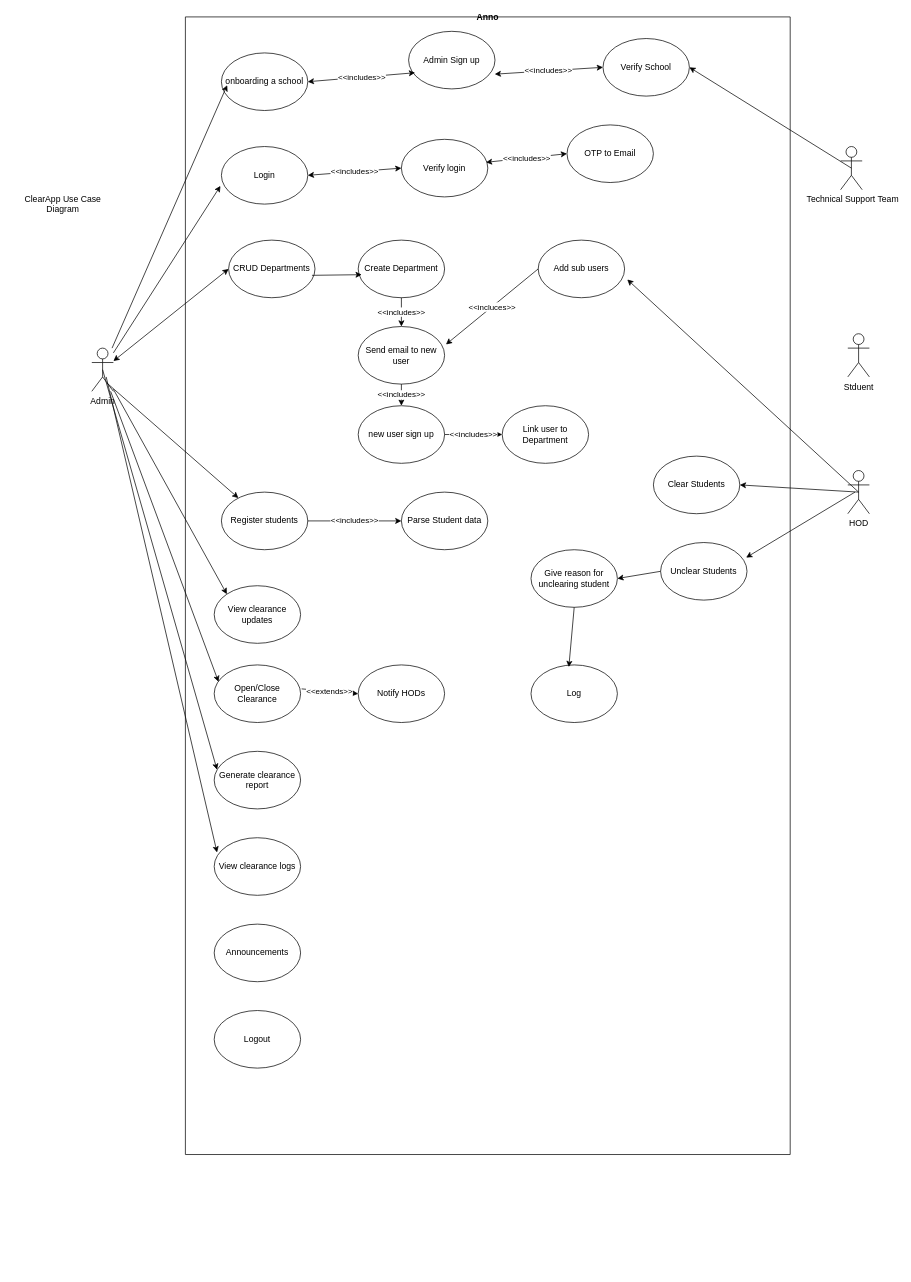
Reneboa-ITS/diagrams keeps this draw.io diagram as clearappuml.drawio. Above is the earlier version. Source tidied: cells renumbered, new cells numbered last; positions are measured from the earlier drawing's top-left corner, leaving out a move shared by most shapes. Both pictures are drawn from the tidied source at 72%, with x=0, y=0 at pixel (12, 17).
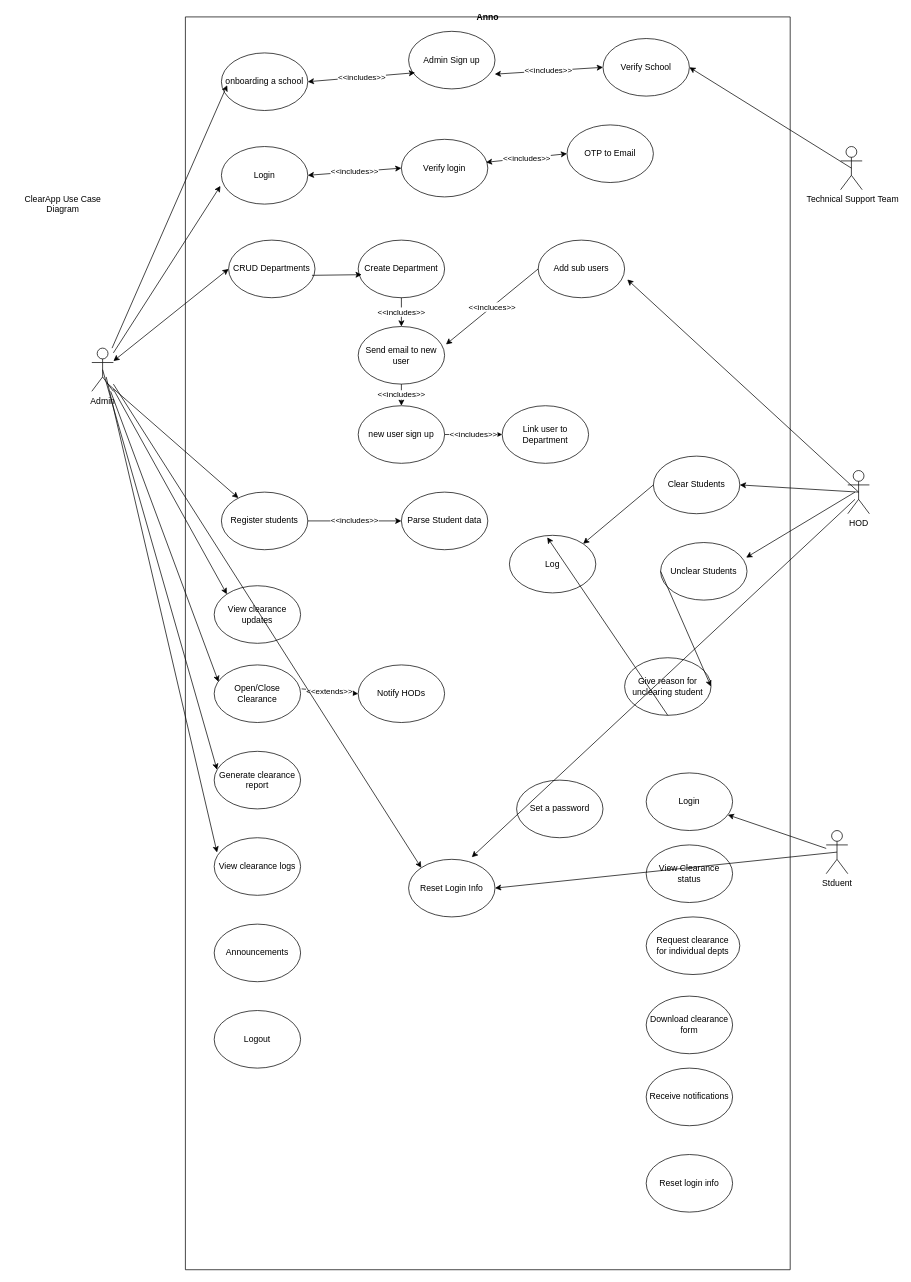
After the change.

The change refers to these unchanged cells:
```xml
<mxCell id="36" value="Clear Students" style="ellipse;whiteSpace=wrap;html=1;" parent="3" vertex="1">
  <mxGeometry x="650" y="610" width="120" height="80" as="geometry" />
</mxCell>
```

What changed in the source:
```diff
@@
     <mxCell id="3" value="Anno" style="swimlane;startSize=0;" parent="1" vertex="1">
-      <mxGeometry x="240" width="840" height="1580" as="geometry" />
+      <mxGeometry x="240" width="840" height="1740" as="geometry" />
     </mxCell>
@@
     <mxCell id="38" value="Give reason for unclearing student" style="ellipse;whiteSpace=wrap;html=1;" parent="3" vertex="1">
-      <mxGeometry x="480" y="740" width="120" height="80" as="geometry" />
+      <mxGeometry x="610" y="890" width="120" height="80" as="geometry" />
     </mxCell>
     <mxCell id="39" value="Log" style="ellipse;whiteSpace=wrap;html=1;" parent="3" vertex="1">
-      <mxGeometry x="480" y="900" width="120" height="80" as="geometry" />
+      <mxGeometry x="450" y="720" width="120" height="80" as="geometry" />
     </mxCell>
@@
+    <mxCell id="58" style="endArrow=classic;html=1;rounded=0;exitX=0;exitY=0.5;exitDx=0;exitDy=0;entryX=1;entryY=0;entryDx=0;entryDy=0;" parent="3" edge="1" source="36" target="39">
+      <mxGeometry relative="1" as="geometry" />
+    </mxCell>
+    <mxCell id="59" value="Login" style="ellipse;whiteSpace=wrap;html=1;" parent="3" vertex="1">
+      <mxGeometry x="640" y="1050" width="120" height="80" as="geometry" />
+    </mxCell>
+    <mxCell id="60" value="Set a password" style="ellipse;whiteSpace=wrap;html=1;" parent="3" vertex="1">
+      <mxGeometry x="460" y="1060" width="120" height="80" as="geometry" />
+    </mxCell>
+    <mxCell id="61" value="View Clearance status" style="ellipse;whiteSpace=wrap;html=1;" parent="3" vertex="1">
+      <mxGeometry x="640" y="1150" width="120" height="80" as="geometry" />
+    </mxCell>
+    <mxCell id="62" value="Request clearance&lt;div&gt;for individual depts&lt;/div&gt;" style="ellipse;whiteSpace=wrap;html=1;" parent="3" vertex="1">
+      <mxGeometry x="640" y="1250" width="130" height="80" as="geometry" />
+    </mxCell>
+    <mxCell id="63" value="Download clearance form" style="ellipse;whiteSpace=wrap;html=1;" parent="3" vertex="1">
+      <mxGeometry x="640" y="1360" width="120" height="80" as="geometry" />
+    </mxCell>
+    <mxCell id="64" value="Receive notifications" style="ellipse;whiteSpace=wrap;html=1;" parent="3" vertex="1">
+      <mxGeometry x="640" y="1460" width="120" height="80" as="geometry" />
+    </mxCell>
+    <mxCell id="65" value="Reset login info" style="ellipse;whiteSpace=wrap;html=1;" parent="3" vertex="1">
+      <mxGeometry x="640" y="1580" width="120" height="80" as="geometry" />
+    </mxCell>
+    <mxCell id="66" value="Reset Login Info" style="ellipse;whiteSpace=wrap;html=1;" parent="3" vertex="1">
+      <mxGeometry x="310" y="1170" width="120" height="80" as="geometry" />
+    </mxCell>
@@
     <mxCell id="43" value="Stduent" style="shape=umlActor;verticalLabelPosition=bottom;verticalAlign=top;html=1;outlineConnect=0;" parent="1" vertex="1">
-      <mxGeometry x="1160" y="440" width="30" height="60" as="geometry" />
+      <mxGeometry x="1130" y="1130" width="30" height="60" as="geometry" />
     </mxCell>
@@
+    <mxCell id="67" style="endArrow=classic;html=1;rounded=0;" parent="1" edge="1" source="43" target="59">
+      <mxGeometry relative="1" as="geometry" />
+    </mxCell>
+    <mxCell id="68" style="endArrow=classic;html=1;rounded=0;entryX=0;entryY=0;entryDx=0;entryDy=0;" parent="1" edge="1" target="66">
+      <mxGeometry relative="1" as="geometry">
+        <mxPoint x="140" y="510" as="sourcePoint" />
+      </mxGeometry>
+    </mxCell>
+    <mxCell id="69" style="endArrow=classic;html=1;rounded=0;exitX=0.5;exitY=0.5;exitDx=0;exitDy=0;exitPerimeter=0;entryX=1;entryY=0.5;entryDx=0;entryDy=0;" parent="1" edge="1" source="43" target="66">
+      <mxGeometry relative="1" as="geometry" />
+    </mxCell>
+    <mxCell id="70" style="endArrow=classic;html=1;rounded=0;entryX=0.731;entryY=-0.037;entryDx=0;entryDy=0;entryPerimeter=0;" parent="1" edge="1" target="66">
+      <mxGeometry relative="1" as="geometry">
+        <mxPoint x="1170" y="670" as="sourcePoint" />
+      </mxGeometry>
+    </mxCell>
```
